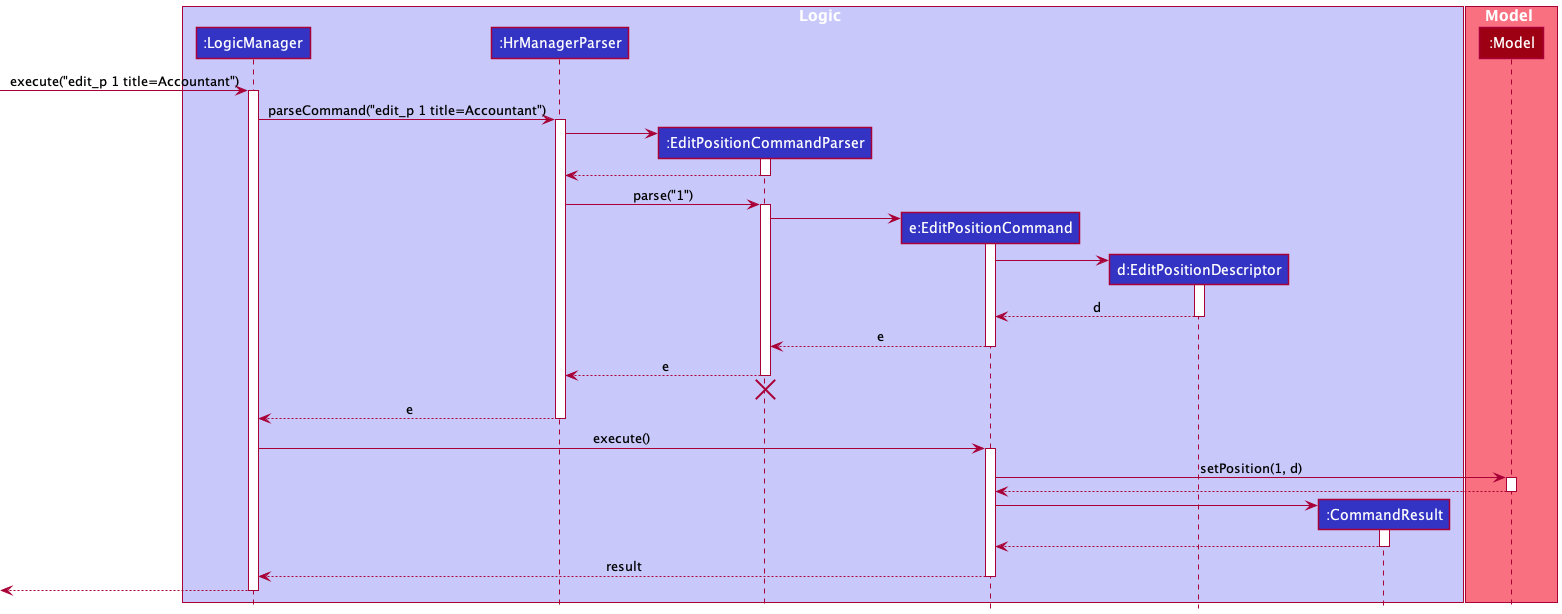
Earlier version of the PlantUML export docs/images/EditPositionSequenceDiagram.png (seaweediman/tp). The source it was exported from:
```plantuml
@startuml
!include style.puml

box Logic LOGIC_COLOR_T1
participant ":LogicManager" as LogicManager LOGIC_COLOR
participant ":HrManagerParser" as HrManagerParser LOGIC_COLOR
participant ":EditPositionCommandParser" as EditPositionCommandParser LOGIC_COLOR
participant "e:EditPositionCommand" as EditPositionCommand LOGIC_COLOR
participant "d:EditPositionDescriptor" as EditPositionDescriptor LOGIC_COLOR
participant ":CommandResult" as CommandResult LOGIC_COLOR
end box

box Model MODEL_COLOR_T1
participant ":Model" as Model MODEL_COLOR
end box

[-> LogicManager : execute("edit_p 1 title=Accountant")
activate LogicManager

LogicManager -> HrManagerParser : parseCommand("edit_p 1 title=Accountant")
activate HrManagerParser

create EditPositionCommandParser
HrManagerParser -> EditPositionCommandParser
activate EditPositionCommandParser

EditPositionCommandParser --> HrManagerParser
deactivate EditPositionCommandParser

HrManagerParser -> EditPositionCommandParser : parse("1")
activate EditPositionCommandParser

create EditPositionCommand
EditPositionCommandParser -> EditPositionCommand
activate EditPositionCommand

create EditPositionDescriptor
EditPositionCommand -> EditPositionDescriptor
activate EditPositionDescriptor

EditPositionDescriptor --> EditPositionCommand : d
deactivate EditPositionDescriptor

EditPositionCommand --> EditPositionCommandParser : e
deactivate EditPositionCommand

EditPositionCommandParser --> HrManagerParser : e
deactivate EditPositionCommandParser
EditPositionCommandParser -[hidden]-> HrManagerParser
destroy EditPositionCommandParser

HrManagerParser --> LogicManager : e
deactivate HrManagerParser

LogicManager -> EditPositionCommand : execute()
activate EditPositionCommand

EditPositionCommand -> Model : setPosition(1, d)
activate Model

Model --> EditPositionCommand
deactivate Model

create CommandResult
EditPositionCommand -> CommandResult
activate CommandResult

CommandResult --> EditPositionCommand
deactivate CommandResult

EditPositionCommand --> LogicManager : result
deactivate EditPositionCommand

[<--LogicManager
deactivate LogicManager

@enduml
```
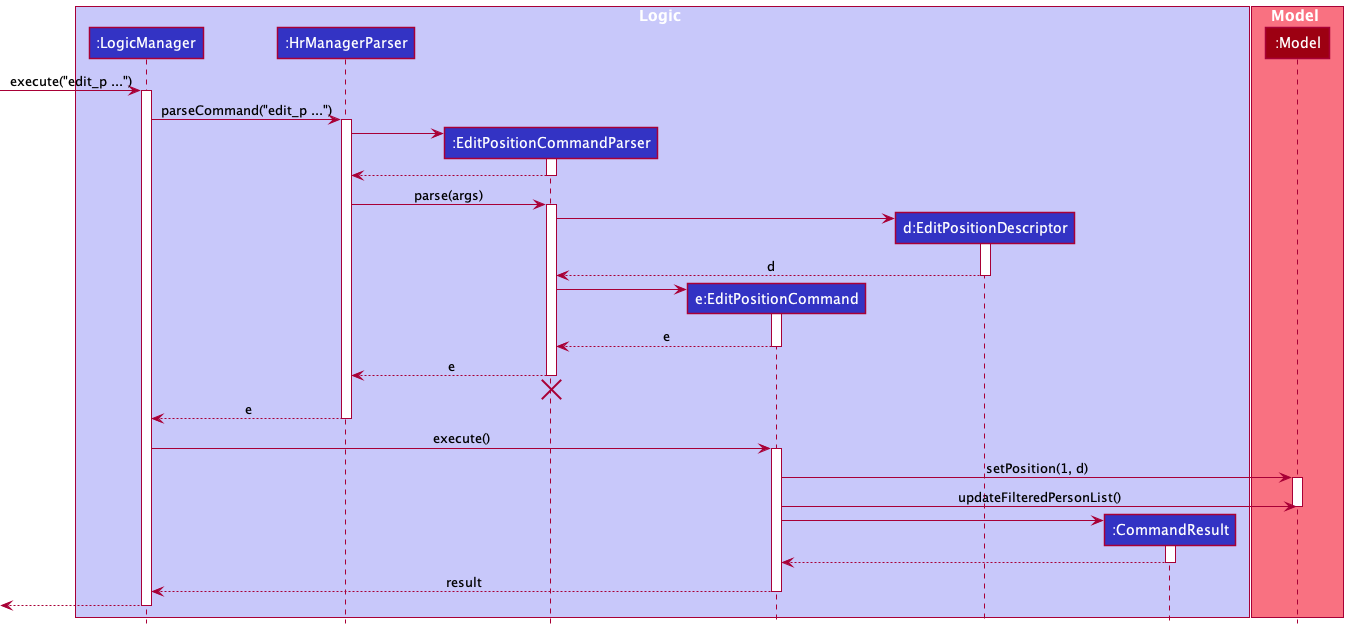
The same file after the commit.

What changed in the source:
```diff
@@ -14,10 +14,10 @@
 participant ":Model" as Model MODEL_COLOR
 end box
 
-[-> LogicManager : execute("edit_p 1 title=Accountant")
+[-> LogicManager : execute("edit_p ...")
 activate LogicManager
 
-LogicManager -> HrManagerParser : parseCommand("edit_p 1 title=Accountant")
+LogicManager -> HrManagerParser : parseCommand("edit_p ...")
 activate HrManagerParser
 
 create EditPositionCommandParser
@@ -27,19 +27,19 @@
 EditPositionCommandParser --> HrManagerParser
 deactivate EditPositionCommandParser
 
-HrManagerParser -> EditPositionCommandParser : parse("1")
+HrManagerParser -> EditPositionCommandParser : parse(args)
 activate EditPositionCommandParser
+
+create EditPositionDescriptor
+EditPositionCommandParser -> EditPositionDescriptor
+activate EditPositionDescriptor
+
+EditPositionDescriptor --> EditPositionCommandParser : d
+deactivate EditPositionDescriptor
 
 create EditPositionCommand
 EditPositionCommandParser -> EditPositionCommand
 activate EditPositionCommand
-
-create EditPositionDescriptor
-EditPositionCommand -> EditPositionDescriptor
-activate EditPositionDescriptor
-
-EditPositionDescriptor --> EditPositionCommand : d
-deactivate EditPositionDescriptor
 
 EditPositionCommand --> EditPositionCommandParser : e
 deactivate EditPositionCommand
@@ -58,7 +58,7 @@
 EditPositionCommand -> Model : setPosition(1, d)
 activate Model
 
-Model --> EditPositionCommand
+EditPositionCommand -> Model : updateFilteredPersonList()
 deactivate Model
 
 create CommandResult
```
